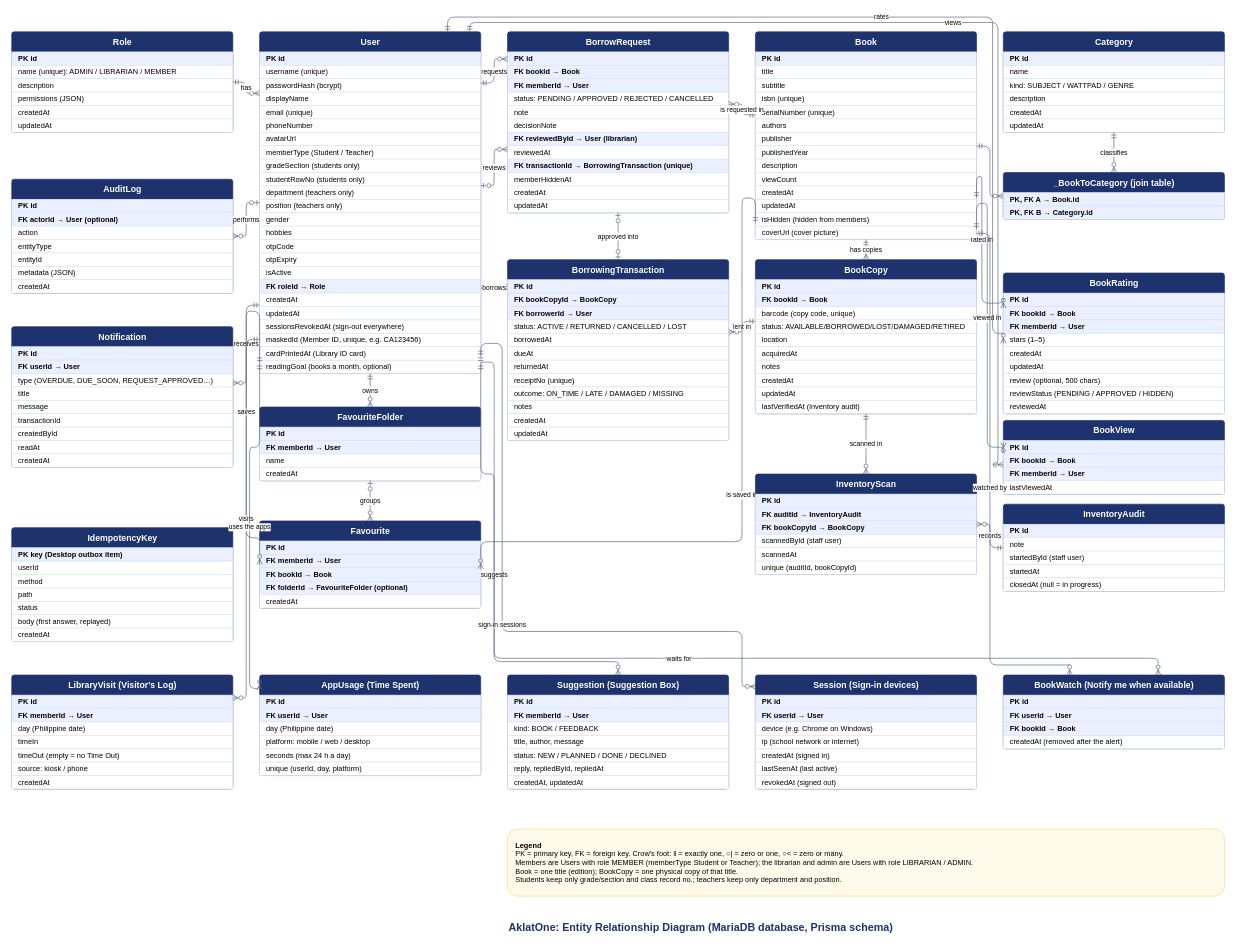
The draw.io diagram docs/diagrams/AklatOne-ERD.drawio in Flynchmore/TNHS-AklatOne, before the edit. Source tidied: cells renumbered, new cells numbered last; positions are measured from the earlier drawing's top-left corner, leaving out a move shared by most shapes. Both pictures are drawn from the tidied source at 67%, with x=0, y=0 at pixel (11, 17).
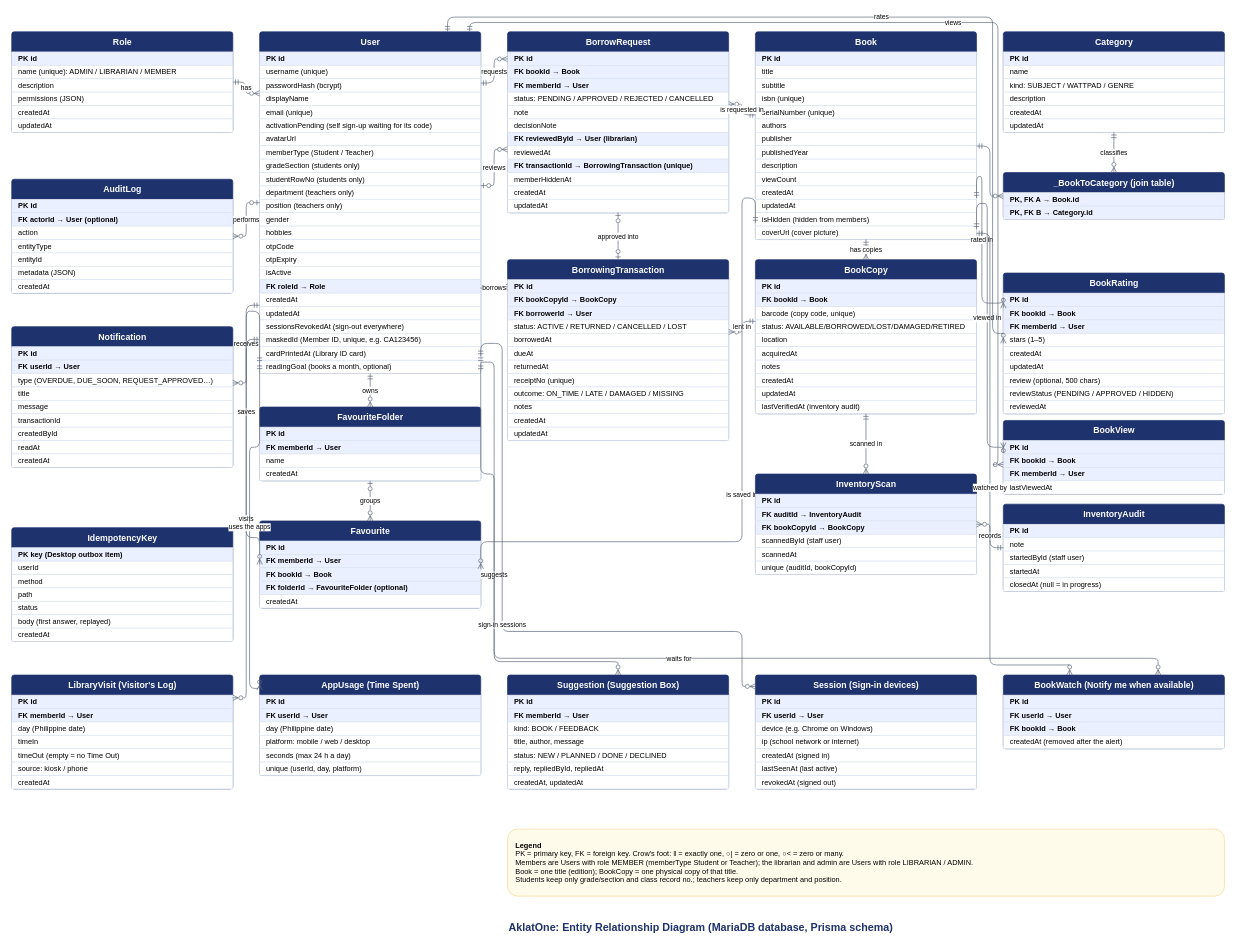
After the change.

Unchanged cells that the change refers to:
```xml
<mxCell id="27" value="User" style="swimlane;fontStyle=1;horizontal=1;startSize=30;fillColor=#1E326D;fontColor=#FFFFFF;strokeColor=#1E326D;rounded=1;arcSize=4;fontSize=13;html=1;" parent="1" vertex="1">
  <mxGeometry x="370" y="22" width="330" height="510" as="geometry" />
</mxCell>
```

Change to the diagram source:
```diff
@@
-    <mxCell id="33" value="phoneNumber" style="text;strokeColor=#DCE3F0;fillColor=#FFFFFF;align=left;verticalAlign=middle;spacingLeft=8;fontSize=11;html=1;whiteSpace=wrap;" parent="27" vertex="1">
+    <mxCell id="33" value="activationPending (self sign-up waiting for its code)" style="text;strokeColor=#DCE3F0;fillColor=#FFFFFF;align=left;verticalAlign=middle;spacingLeft=8;fontSize=11;html=1;whiteSpace=wrap;" parent="27" vertex="1">
       <mxGeometry y="130" width="330" height="20" as="geometry" />
     </mxCell>
```
